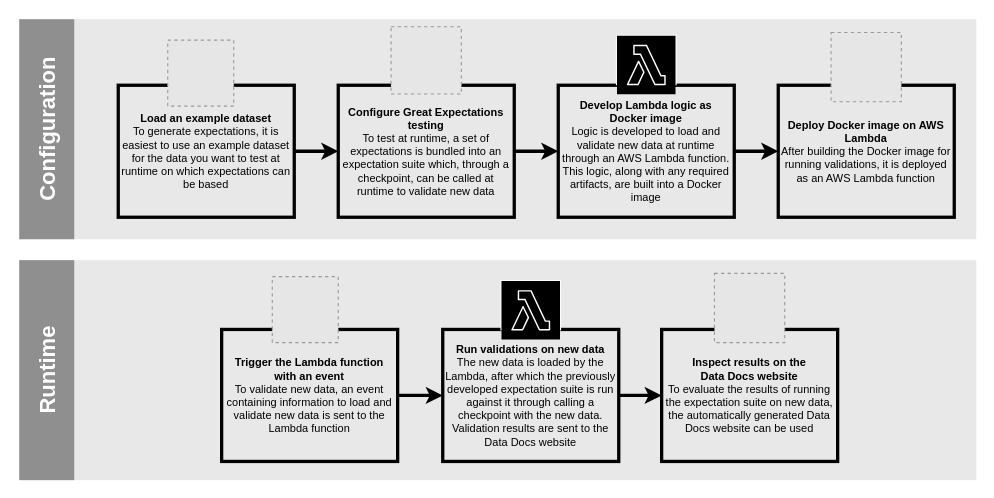
Before: docs/drawio/high_level_workflow.drawio in jschra/grater_expectations, a draw.io diagram. Source tidied: cells renumbered, new cells numbered last; positions are measured from the earlier drawing's top-left corner, leaving out a move shared by most shapes. Both pictures are drawn from the tidied source at 110%, with x=0, y=0 at pixel (-64, 19). Pictures stored in the file or linked from it are replaced by grey dashed boxes.
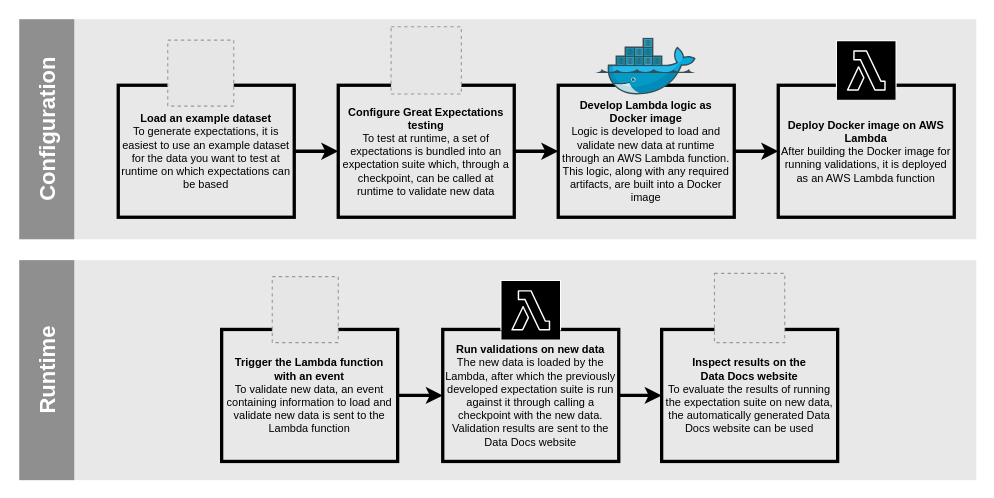
After the change.

Change to the diagram source:
```diff
@@
-    <mxCell id="14" style="fillColor=#E6E6E6;strokeColor=#999999;dashed=1;verticalLabelPosition=bottom;labelBackgroundColor=default;verticalAlign=top;" parent="1" vertex="1">
-      <mxGeometry x="813" y="12" width="63.9" height="63" as="geometry" />
-    </mxCell>
@@
-    <mxCell id="18" style="sketch=0;fontColor=#232F3E;gradientColor=none;strokeColor=#ffffff;fillColor=#000000;dashed=0;verticalLabelPosition=middle;verticalAlign=bottom;align=center;html=1;whiteSpace=wrap;fontSize=10;fontStyle=1;spacing=3;shape=mxgraph.aws4.productIcon;prIcon=mxgraph.aws4.lambda;labelBackgroundColor=default;" parent="1" vertex="1">
-      <mxGeometry x="617.4" y="14" width="55.2" height="46" as="geometry" />
-    </mxCell>
@@
+    <mxCell id="25" style="sketch=0;html=1;align=center;image;fontSize=12;image=img/lib/mscae/Docker.svg;clipPath=inset(0% 0% 28.57% 0%);" parent="1" vertex="1">
+      <mxGeometry x="599.2" y="17" width="91.5" height="54.9" as="geometry" />
+    </mxCell>
+    <mxCell id="26" style="sketch=0;fontColor=#232F3E;gradientColor=none;strokeColor=#ffffff;fillColor=#000000;dashed=0;verticalLabelPosition=middle;verticalAlign=bottom;align=center;html=1;whiteSpace=wrap;fontSize=10;fontStyle=1;spacing=3;shape=mxgraph.aws4.productIcon;prIcon=mxgraph.aws4.lambda;labelBackgroundColor=default;" parent="1" vertex="1">
+      <mxGeometry x="817.4" y="19" width="55.2" height="46" as="geometry" />
+    </mxCell>
```
